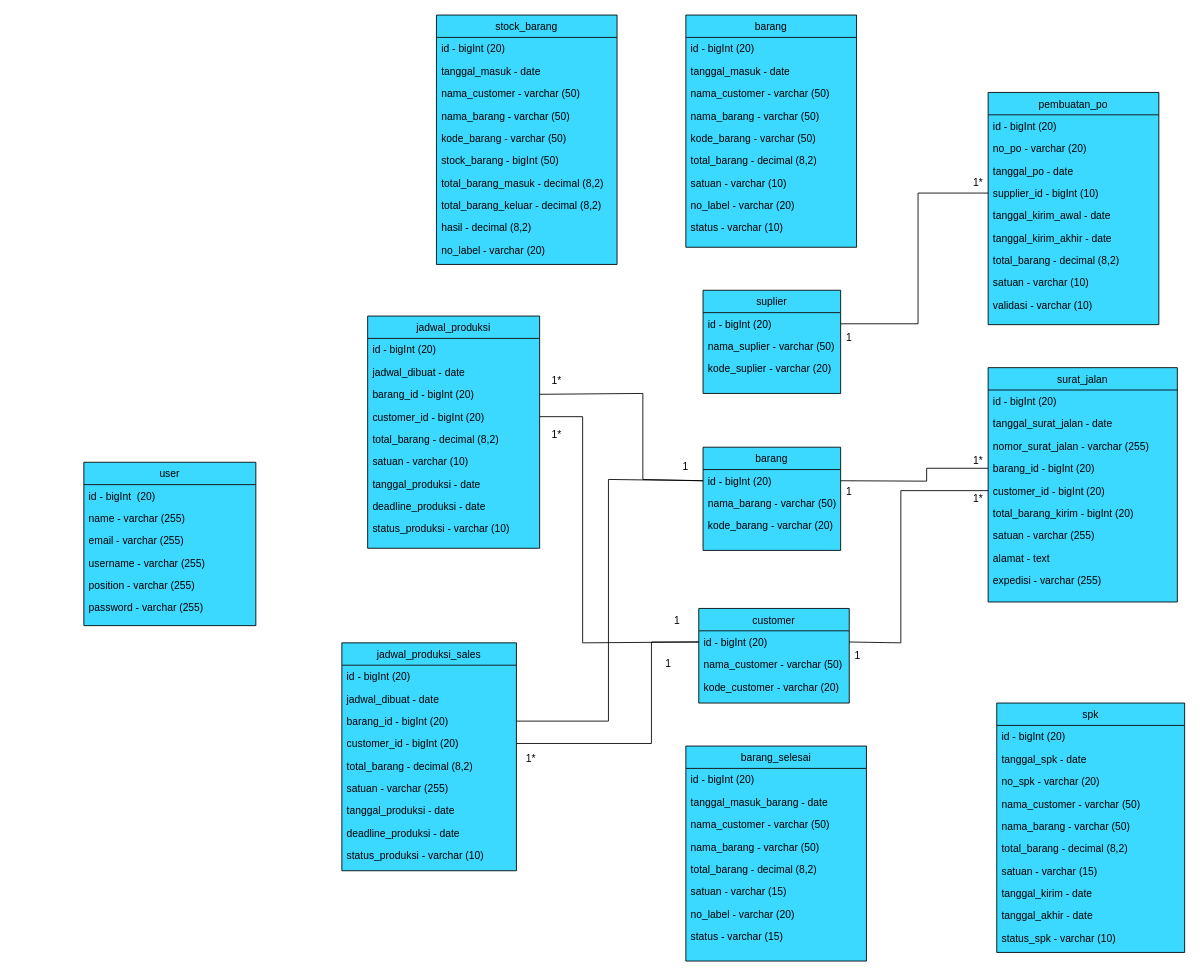
Before: Diagram Tanpa Judul.drawio in danangsptro/SI_SKRIPSI-3, a draw.io diagram. Source tidied: cells renumbered, new cells numbered last; positions are measured from the earlier drawing's top-left corner, leaving out a move shared by most shapes. Both pictures are drawn from the tidied source at 86%, with x=0, y=0 at pixel (83, 15).
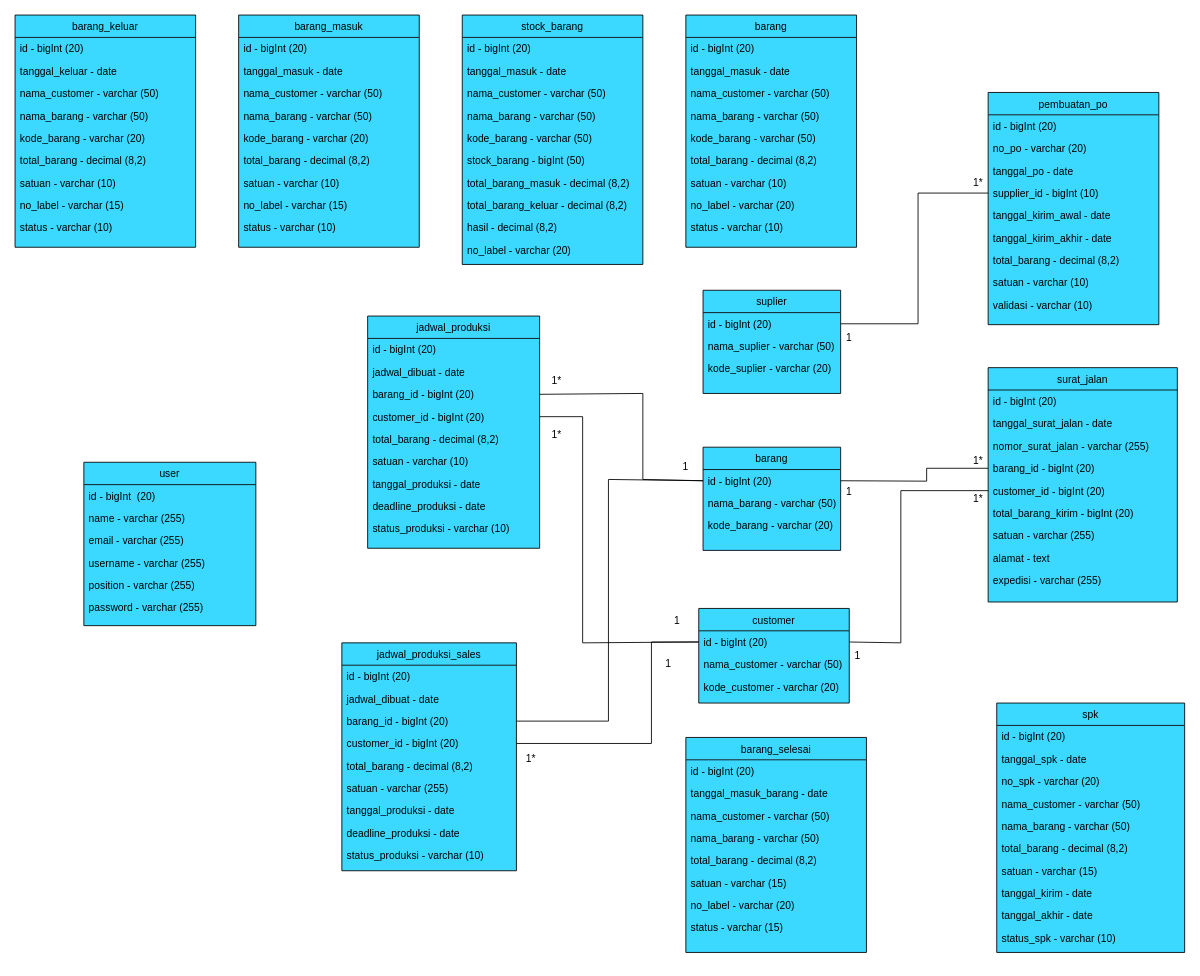
The same page after the edit.

Diff of the diagram source:
```diff
@@
     <mxCell id="12" value="barang_selesai" style="swimlane;fontStyle=0;align=center;verticalAlign=top;horizontal=1;startSize=26;rounded=0;shadow=0;strokeWidth=1;fillColor=#3BD8FF;swimlaneFillColor=#3BD8FF;" parent="1" vertex="1">
-      <mxGeometry x="700" y="850" width="210" height="250" as="geometry" />
+      <mxGeometry x="700" y="840" width="210" height="250" as="geometry" />
     </mxCell>
@@
     <mxCell id="110" value="stock_barang" style="swimlane;fontStyle=0;align=center;verticalAlign=top;horizontal=1;startSize=26;rounded=0;shadow=0;strokeWidth=1;fillColor=#3BD8FF;swimlaneFillColor=#3BD8FF;" parent="1" vertex="1">
-      <mxGeometry x="410" width="210" height="290" as="geometry" />
+      <mxGeometry x="440" width="210" height="290" as="geometry" />
     </mxCell>
@@
+    <mxCell id="121" value="barang_masuk" style="swimlane;fontStyle=0;align=center;verticalAlign=top;horizontal=1;startSize=26;rounded=0;shadow=0;strokeWidth=1;fillColor=#3BD8FF;swimlaneFillColor=#3BD8FF;" parent="1" vertex="1">
+      <mxGeometry x="180" width="210" height="270" as="geometry" />
+    </mxCell>
+    <mxCell id="122" value="id - bigInt (20)" style="text;align=left;verticalAlign=top;spacingLeft=4;spacingRight=4;overflow=hidden;" parent="121" vertex="1">
+      <mxGeometry y="26" width="210" height="26" as="geometry" />
+    </mxCell>
+    <mxCell id="123" value="tanggal_masuk - date " style="text;align=left;verticalAlign=top;spacingLeft=4;spacingRight=4;overflow=hidden;rounded=0;shadow=0;html=0;" parent="121" vertex="1">
+      <mxGeometry y="52" width="210" height="26" as="geometry" />
+    </mxCell>
+    <mxCell id="124" value="nama_customer - varchar (50)" style="text;align=left;verticalAlign=top;spacingLeft=4;spacingRight=4;overflow=hidden;rounded=0;shadow=0;html=0;" parent="121" vertex="1">
+      <mxGeometry y="78" width="210" height="26" as="geometry" />
+    </mxCell>
+    <mxCell id="125" value="nama_barang - varchar (50)" style="text;align=left;verticalAlign=top;spacingLeft=4;spacingRight=4;overflow=hidden;rounded=0;shadow=0;html=0;" parent="121" vertex="1">
+      <mxGeometry y="104" width="210" height="26" as="geometry" />
+    </mxCell>
+    <mxCell id="126" value="kode_barang - varchar (20)" style="text;align=left;verticalAlign=top;spacingLeft=4;spacingRight=4;overflow=hidden;rounded=0;shadow=0;html=0;" parent="121" vertex="1">
+      <mxGeometry y="130" width="210" height="26" as="geometry" />
+    </mxCell>
+    <mxCell id="127" value="total_barang - decimal (8,2)" style="text;align=left;verticalAlign=top;spacingLeft=4;spacingRight=4;overflow=hidden;rounded=0;shadow=0;html=0;" parent="121" vertex="1">
+      <mxGeometry y="156" width="210" height="26" as="geometry" />
+    </mxCell>
+    <mxCell id="128" value="satuan - varchar (10)" style="text;align=left;verticalAlign=top;spacingLeft=4;spacingRight=4;overflow=hidden;rounded=0;shadow=0;html=0;" parent="121" vertex="1">
+      <mxGeometry y="182" width="210" height="26" as="geometry" />
+    </mxCell>
+    <mxCell id="129" value="no_label - varchar (15)" style="text;align=left;verticalAlign=top;spacingLeft=4;spacingRight=4;overflow=hidden;rounded=0;shadow=0;html=0;" parent="121" vertex="1">
+      <mxGeometry y="208" width="210" height="26" as="geometry" />
+    </mxCell>
+    <mxCell id="130" value="status - varchar (10)" style="text;align=left;verticalAlign=top;spacingLeft=4;spacingRight=4;overflow=hidden;rounded=0;shadow=0;html=0;" parent="121" vertex="1">
+      <mxGeometry y="234" width="210" height="26" as="geometry" />
+    </mxCell>
+    <mxCell id="131" value="barang_keluar" style="swimlane;fontStyle=0;align=center;verticalAlign=top;horizontal=1;startSize=26;rounded=0;shadow=0;strokeWidth=1;fillColor=#3BD8FF;swimlaneFillColor=#3BD8FF;" parent="1" vertex="1">
+      <mxGeometry x="-80" width="210" height="270" as="geometry" />
+    </mxCell>
+    <mxCell id="132" value="id - bigInt (20)" style="text;align=left;verticalAlign=top;spacingLeft=4;spacingRight=4;overflow=hidden;" parent="131" vertex="1">
+      <mxGeometry y="26" width="210" height="26" as="geometry" />
+    </mxCell>
+    <mxCell id="133" value="tanggal_keluar - date " style="text;align=left;verticalAlign=top;spacingLeft=4;spacingRight=4;overflow=hidden;rounded=0;shadow=0;html=0;" parent="131" vertex="1">
+      <mxGeometry y="52" width="210" height="26" as="geometry" />
+    </mxCell>
+    <mxCell id="134" value="nama_customer - varchar (50)" style="text;align=left;verticalAlign=top;spacingLeft=4;spacingRight=4;overflow=hidden;rounded=0;shadow=0;html=0;" parent="131" vertex="1">
+      <mxGeometry y="78" width="210" height="26" as="geometry" />
+    </mxCell>
+    <mxCell id="135" value="nama_barang - varchar (50)" style="text;align=left;verticalAlign=top;spacingLeft=4;spacingRight=4;overflow=hidden;rounded=0;shadow=0;html=0;" parent="131" vertex="1">
+      <mxGeometry y="104" width="210" height="26" as="geometry" />
+    </mxCell>
+    <mxCell id="136" value="kode_barang - varchar (20)" style="text;align=left;verticalAlign=top;spacingLeft=4;spacingRight=4;overflow=hidden;rounded=0;shadow=0;html=0;" parent="131" vertex="1">
+      <mxGeometry y="130" width="210" height="26" as="geometry" />
+    </mxCell>
+    <mxCell id="137" value="total_barang - decimal (8,2)" style="text;align=left;verticalAlign=top;spacingLeft=4;spacingRight=4;overflow=hidden;rounded=0;shadow=0;html=0;" parent="131" vertex="1">
+      <mxGeometry y="156" width="210" height="26" as="geometry" />
+    </mxCell>
+    <mxCell id="138" value="satuan - varchar (10)" style="text;align=left;verticalAlign=top;spacingLeft=4;spacingRight=4;overflow=hidden;rounded=0;shadow=0;html=0;" parent="131" vertex="1">
+      <mxGeometry y="182" width="210" height="26" as="geometry" />
+    </mxCell>
+    <mxCell id="139" value="no_label - varchar (15)" style="text;align=left;verticalAlign=top;spacingLeft=4;spacingRight=4;overflow=hidden;rounded=0;shadow=0;html=0;" parent="131" vertex="1">
+      <mxGeometry y="208" width="210" height="26" as="geometry" />
+    </mxCell>
+    <mxCell id="140" value="status - varchar (10)" style="text;align=left;verticalAlign=top;spacingLeft=4;spacingRight=4;overflow=hidden;rounded=0;shadow=0;html=0;" parent="131" vertex="1">
+      <mxGeometry y="234" width="210" height="26" as="geometry" />
+    </mxCell>
```
